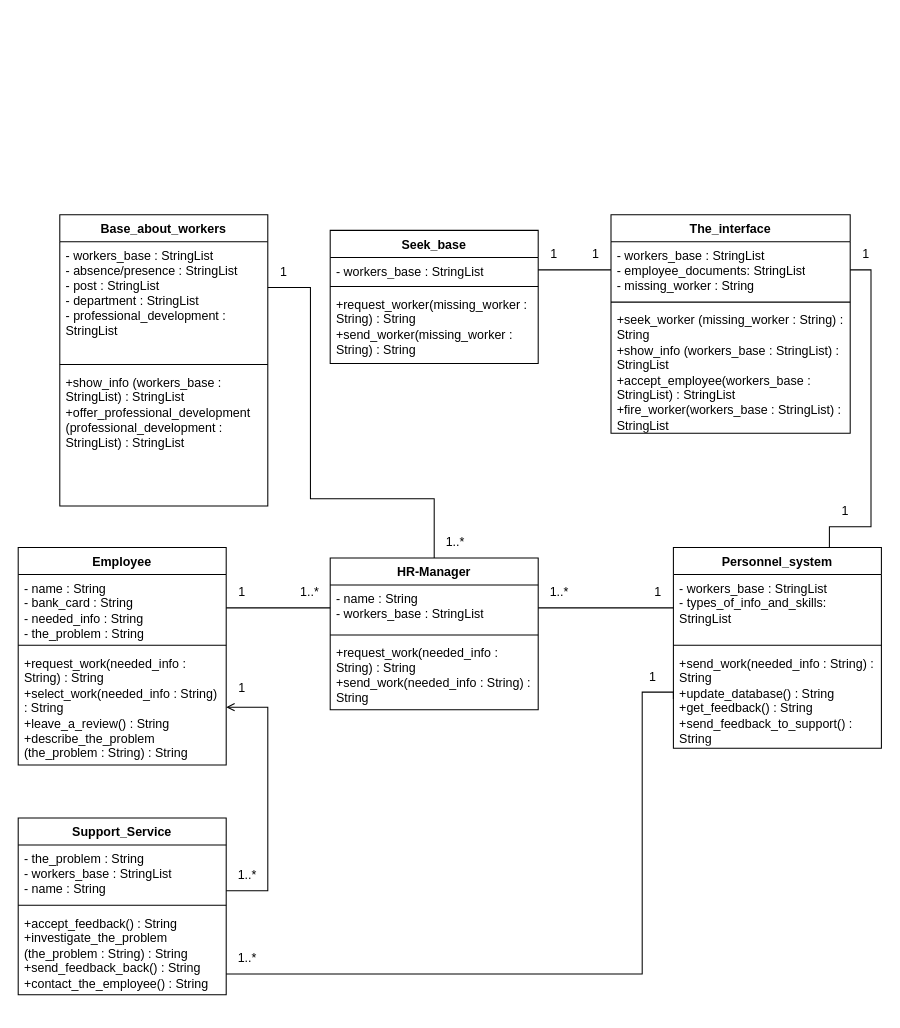
Earlier version of the draw.io diagram page "Needed 6 and 7" (7 of 12) of 1.drawio (Helpmepleaseitishard/Aikms). Source tidied: cells renumbered, new cells numbered last; positions are measured from the earlier drawing's top-left corner, leaving out a move shared by most shapes. Both pictures are drawn from the tidied source at 104%, with x=0, y=0 at pixel (18, 214).
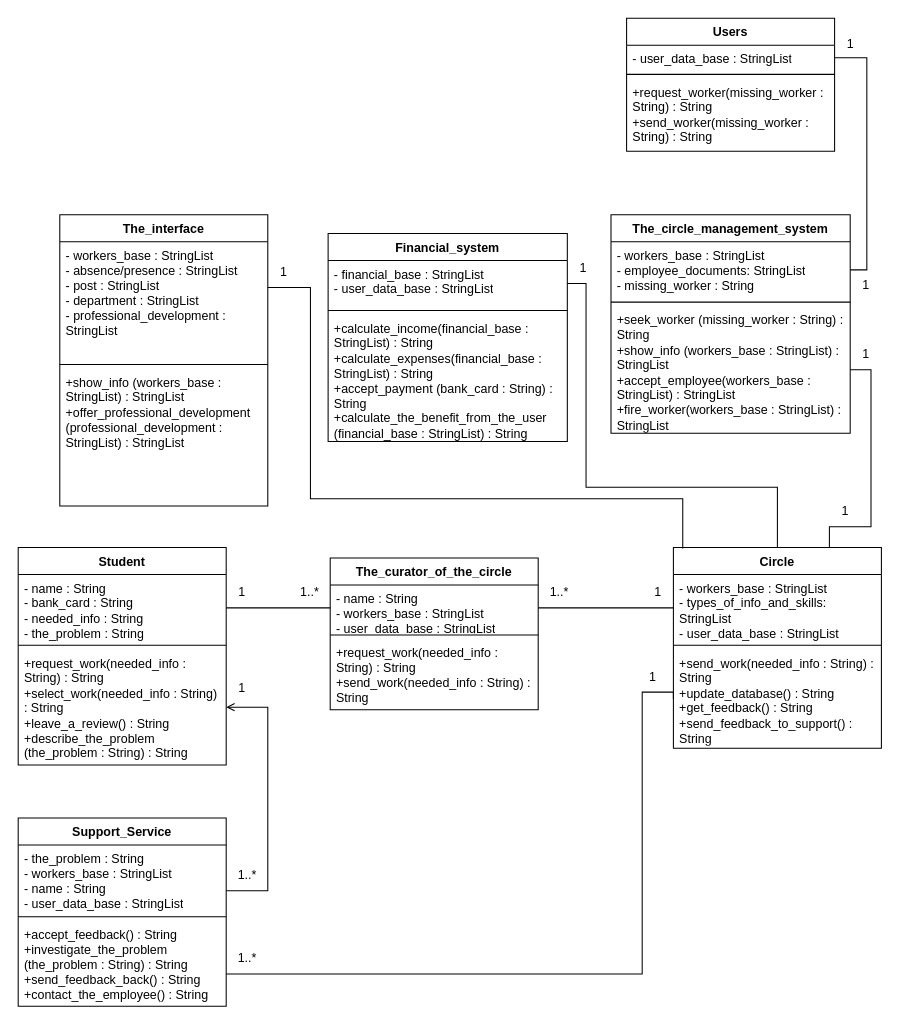
Above is the later version.

Unchanged cells that the change refers to:
```xml
<mxCell id="31" value="&lt;div&gt;&lt;div&gt;&lt;div&gt;&lt;div&gt;&lt;div&gt;&lt;div&gt;&lt;div&gt;- workers_base : StringList&lt;/div&gt;&lt;/div&gt;&lt;/div&gt;&lt;/div&gt;&lt;/div&gt;&lt;/div&gt;&lt;/div&gt;&lt;div&gt;- employee_documents: StringList&lt;/div&gt;&lt;div&gt;- missing_worker : String&lt;br&gt;&lt;/div&gt;" style="text;strokeColor=none;fillColor=none;align=left;verticalAlign=top;spacingLeft=4;spacingRight=4;overflow=hidden;points=[[0,0.5],[1,0.5]];portConstraint=eastwest;whiteSpace=wrap;html=1;" parent="30" vertex="1">
  <mxGeometry y="26" width="230" height="54" as="geometry" />
</mxCell>
<mxCell id="33" value="&lt;div&gt;+seek_worker (missing_worker : String) : String&lt;/div&gt;&lt;div&gt;+show_info (workers_base : StringList) : StringList&lt;/div&gt;&lt;div&gt;+accept_employee(workers_base : StringList) : StringList&lt;/div&gt;&lt;div&gt;+fire_worker(workers_base : StringList) : StringList&lt;/div&gt;" style="text;strokeColor=none;fillColor=none;align=left;verticalAlign=top;spacingLeft=4;spacingRight=4;overflow=hidden;points=[[0,0.5],[1,0.5]];portConstraint=eastwest;whiteSpace=wrap;html=1;" parent="30" vertex="1">
  <mxGeometry y="88" width="230" height="122" as="geometry" />
</mxCell>
```

Change to the diagram source:
```diff
@@
-    <mxCell id="2" value="Personnel_system" style="swimlane;fontStyle=1;align=center;verticalAlign=top;horizontal=1;startSize=26;whiteSpace=wrap;html=1;" parent="1" vertex="1">
+    <mxCell id="2" value="Circle" style="swimlane;fontStyle=1;align=center;verticalAlign=top;horizontal=1;startSize=26;whiteSpace=wrap;html=1;" parent="1" vertex="1">
       <mxGeometry x="630" y="320" width="200" height="193" as="geometry" />
     </mxCell>
-    <mxCell id="3" value="&lt;div&gt;&lt;div&gt;&lt;div&gt;- workers_base : StringList&lt;/div&gt;&lt;/div&gt;&lt;/div&gt;&lt;div&gt;&lt;div&gt;&lt;div&gt;- types_of_info_and_skills: StringList&lt;/div&gt;&lt;/div&gt;&lt;/div&gt;" style="text;strokeColor=none;fillColor=none;align=left;verticalAlign=top;spacingLeft=4;spacingRight=4;overflow=hidden;points=[[0,0.5],[1,0.5]];portConstraint=eastwest;whiteSpace=wrap;html=1;" parent="2" vertex="1">
+    <mxCell id="3" value="&lt;div&gt;&lt;div&gt;&lt;div&gt;- workers_base : StringList&lt;/div&gt;&lt;/div&gt;&lt;/div&gt;&lt;div&gt;&lt;div&gt;&lt;div&gt;- types_of_info_and_skills: StringList&lt;/div&gt;&lt;div&gt;&lt;div&gt;&lt;div&gt;&lt;div&gt;&lt;div&gt;&lt;div&gt;- user_data_base : StringList&lt;/div&gt;&lt;/div&gt;&lt;/div&gt;&lt;/div&gt;&lt;/div&gt;&lt;/div&gt;&lt;/div&gt;&lt;/div&gt;" style="text;strokeColor=none;fillColor=none;align=left;verticalAlign=top;spacingLeft=4;spacingRight=4;overflow=hidden;points=[[0,0.5],[1,0.5]];portConstraint=eastwest;whiteSpace=wrap;html=1;" parent="2" vertex="1">
       <mxGeometry y="26" width="200" height="64" as="geometry" />
     </mxCell>
@@
-    <mxCell id="6" value="HR-Manager" style="swimlane;fontStyle=1;align=center;verticalAlign=top;horizontal=1;startSize=26;whiteSpace=wrap;html=1;" parent="1" vertex="1">
+    <mxCell id="6" value="The_curator_of_the_circle" style="swimlane;fontStyle=1;align=center;verticalAlign=top;horizontal=1;startSize=26;whiteSpace=wrap;html=1;" parent="1" vertex="1">
       <mxGeometry x="300" y="330" width="200" height="146" as="geometry" />
     </mxCell>
-    <mxCell id="7" value="&lt;div&gt;- name : String&lt;/div&gt;&lt;div&gt;&lt;div&gt;&lt;div&gt;&lt;div&gt;&lt;div&gt;&lt;div&gt;&lt;div&gt;- workers_base : StringList&lt;/div&gt;&lt;/div&gt;&lt;/div&gt;&lt;/div&gt;&lt;/div&gt;&lt;/div&gt;&lt;/div&gt;" style="text;strokeColor=none;fillColor=none;align=left;verticalAlign=top;spacingLeft=4;spacingRight=4;overflow=hidden;points=[[0,0.5],[1,0.5]];portConstraint=eastwest;whiteSpace=wrap;html=1;" parent="6" vertex="1">
+    <mxCell id="7" value="&lt;div&gt;- name : String&lt;/div&gt;&lt;div&gt;&lt;div&gt;&lt;div&gt;&lt;div&gt;&lt;div&gt;&lt;div&gt;&lt;div&gt;- workers_base : StringList&lt;/div&gt;&lt;div&gt;&lt;div&gt;&lt;div&gt;&lt;div&gt;&lt;div&gt;&lt;div&gt;- user_data_base : StringList&lt;/div&gt;&lt;/div&gt;&lt;/div&gt;&lt;/div&gt;&lt;/div&gt;&lt;/div&gt;&lt;/div&gt;&lt;/div&gt;&lt;/div&gt;&lt;/div&gt;&lt;/div&gt;&lt;/div&gt;" style="text;strokeColor=none;fillColor=none;align=left;verticalAlign=top;spacingLeft=4;spacingRight=4;overflow=hidden;points=[[0,0.5],[1,0.5]];portConstraint=eastwest;whiteSpace=wrap;html=1;" parent="6" vertex="1">
       <mxGeometry y="26" width="200" height="44" as="geometry" />
     </mxCell>
@@
-    <mxCell id="10" value="Employee" style="swimlane;fontStyle=1;align=center;verticalAlign=top;horizontal=1;startSize=26;whiteSpace=wrap;html=1;" parent="1" vertex="1">
+    <mxCell id="10" value="Student" style="swimlane;fontStyle=1;align=center;verticalAlign=top;horizontal=1;startSize=26;whiteSpace=wrap;html=1;" parent="1" vertex="1">
       <mxGeometry y="320" width="200" height="209" as="geometry" />
     </mxCell>
@@
     <mxCell id="15" value="Support_Service" style="swimlane;fontStyle=1;align=center;verticalAlign=top;horizontal=1;startSize=26;whiteSpace=wrap;html=1;" parent="1" vertex="1">
-      <mxGeometry y="580" width="200" height="170" as="geometry" />
+      <mxGeometry y="580" width="200" height="181" as="geometry" />
     </mxCell>
-    <mxCell id="16" value="&lt;div&gt;- the_problem : String&lt;/div&gt;&lt;div&gt;&lt;div&gt;&lt;div&gt;&lt;div&gt;&lt;div&gt;- workers_base : StringList&lt;/div&gt;&lt;/div&gt;&lt;div&gt;&lt;div&gt;- name : String&lt;/div&gt;&lt;/div&gt;&lt;/div&gt;&lt;/div&gt;&lt;/div&gt;" style="text;strokeColor=none;fillColor=none;align=left;verticalAlign=top;spacingLeft=4;spacingRight=4;overflow=hidden;whiteSpace=wrap;html=1;" parent="15" vertex="1">
-      <mxGeometry y="26" width="200" height="54" as="geometry" />
+    <mxCell id="16" value="&lt;div&gt;- the_problem : String&lt;/div&gt;&lt;div&gt;&lt;div&gt;&lt;div&gt;&lt;div&gt;&lt;div&gt;- workers_base : StringList&lt;/div&gt;&lt;/div&gt;&lt;div&gt;&lt;div&gt;- name : String&lt;/div&gt;&lt;div&gt;&lt;div&gt;&lt;div&gt;&lt;div&gt;&lt;div&gt;&lt;div&gt;- user_data_base : StringList&lt;/div&gt;&lt;/div&gt;&lt;/div&gt;&lt;/div&gt;&lt;/div&gt;&lt;/div&gt;&lt;/div&gt;&lt;/div&gt;&lt;/div&gt;&lt;/div&gt;" style="text;strokeColor=none;fillColor=none;align=left;verticalAlign=top;spacingLeft=4;spacingRight=4;overflow=hidden;whiteSpace=wrap;html=1;" parent="15" vertex="1">
+      <mxGeometry y="26" width="200" height="65" as="geometry" />
     </mxCell>
     <mxCell id="17" style="line;strokeWidth=1;fillColor=none;align=left;verticalAlign=middle;spacingTop=-1;spacingLeft=3;spacingRight=3;labelPosition=right;strokeColor=inherit;" parent="15" vertex="1">
-      <mxGeometry y="80" width="200" height="8" as="geometry" />
+      <mxGeometry y="91" width="200" height="8" as="geometry" />
     </mxCell>
     <mxCell id="18" value="+accept_feedback() : String&lt;br&gt;+investigate_the_problem (the_problem : String) : String&lt;br&gt;+send_feedback_back() : String&lt;br&gt;+contact_the_employee() : String" style="text;strokeColor=none;fillColor=none;align=left;verticalAlign=top;spacingLeft=4;spacingRight=4;overflow=hidden;whiteSpace=wrap;html=1;" parent="15" vertex="1">
-      <mxGeometry y="88" width="200" height="82" as="geometry" />
+      <mxGeometry y="99" width="200" height="82" as="geometry" />
     </mxCell>
@@
-    <mxCell id="30" value="The_interface" style="swimlane;fontStyle=1;align=center;verticalAlign=top;horizontal=1;startSize=26;whiteSpace=wrap;html=1;" parent="1" vertex="1">
+    <mxCell id="30" value="The_circle_management_system" style="swimlane;fontStyle=1;align=center;verticalAlign=top;horizontal=1;startSize=26;whiteSpace=wrap;html=1;" parent="1" vertex="1">
       <mxGeometry x="570" width="230" height="210" as="geometry" />
     </mxCell>
@@
-    <mxCell id="34" style="edgeStyle=none;curved=0;rounded=0;jettySize=auto;html=1;exitX=1;exitY=0.5;exitDx=0;exitDy=0;fontSize=12;startSize=8;endSize=8;endArrow=none;startFill=0;entryX=0;entryY=0.5;entryDx=0;entryDy=0;" parent="1" edge="1" source="37" target="31">
-      <mxGeometry relative="1" as="geometry" />
+    <mxCell id="34" style="edgeStyle=none;curved=0;rounded=0;jettySize=auto;html=1;exitX=1;exitY=0.5;exitDx=0;exitDy=0;fontSize=12;startSize=8;endSize=8;endArrow=none;startFill=0;entryX=1;entryY=0.5;entryDx=0;entryDy=0;" parent="1" edge="1" source="37" target="31">
+      <mxGeometry relative="1" as="geometry">
+        <Array as="points">
+          <mxPoint x="816" y="-151" />
+          <mxPoint x="816" y="-28" />
+          <mxPoint x="816" y="53" />
+        </Array>
+      </mxGeometry>
     </mxCell>
-    <mxCell id="35" style="edgeStyle=none;curved=0;rounded=0;jettySize=auto;html=1;entryX=1;entryY=0.25;entryDx=0;entryDy=0;fontSize=12;startSize=8;endSize=8;endArrow=none;startFill=0;exitX=0.5;exitY=0;exitDx=0;exitDy=0;" parent="1" edge="1" source="6" target="41">
+    <mxCell id="35" style="edgeStyle=none;curved=0;rounded=0;jettySize=auto;html=1;entryX=1;entryY=0.25;entryDx=0;entryDy=0;fontSize=12;startSize=8;endSize=8;endArrow=none;startFill=0;exitX=0.045;exitY=0.005;exitDx=0;exitDy=0;exitPerimeter=0;" parent="1" edge="1" source="2" target="41">
       <mxGeometry relative="1" as="geometry">
         <Array as="points">
+          <mxPoint x="639" y="273" />
           <mxPoint x="400" y="273" />
           <mxPoint x="281" y="273" />
           <mxPoint x="281" y="70" />
         </Array>
       </mxGeometry>
     </mxCell>
-    <mxCell id="36" value="Seek_base" style="swimlane;fontStyle=1;align=center;verticalAlign=top;horizontal=1;startSize=26;whiteSpace=wrap;html=1;" parent="1" vertex="1">
-      <mxGeometry x="300" y="15" width="200" height="128" as="geometry" />
+    <mxCell id="36" value="Users" style="swimlane;fontStyle=1;align=center;verticalAlign=top;horizontal=1;startSize=26;whiteSpace=wrap;html=1;" parent="1" vertex="1">
+      <mxGeometry x="585" y="-189" width="200" height="128" as="geometry" />
     </mxCell>
-    <mxCell id="37" value="&lt;div&gt;&lt;div&gt;- workers_base : StringList&lt;/div&gt;&lt;/div&gt;" style="text;strokeColor=none;fillColor=none;align=left;verticalAlign=top;spacingLeft=4;spacingRight=4;overflow=hidden;points=[[0,0.5],[1,0.5]];portConstraint=eastwest;whiteSpace=wrap;html=1;" parent="36" vertex="1">
+    <mxCell id="37" value="&lt;div&gt;&lt;div&gt;&lt;div&gt;&lt;div&gt;&lt;div&gt;- user_data_base : StringList&lt;/div&gt;&lt;/div&gt;&lt;/div&gt;&lt;/div&gt;&lt;/div&gt;" style="text;strokeColor=none;fillColor=none;align=left;verticalAlign=top;spacingLeft=4;spacingRight=4;overflow=hidden;points=[[0,0.5],[1,0.5]];portConstraint=eastwest;whiteSpace=wrap;html=1;" parent="36" vertex="1">
       <mxGeometry y="26" width="200" height="24" as="geometry" />
     </mxCell>
@@
-    <mxCell id="40" style="edgeStyle=none;curved=0;rounded=0;jettySize=auto;html=1;exitX=1;exitY=0.5;exitDx=0;exitDy=0;entryX=0.75;entryY=0;entryDx=0;entryDy=0;fontSize=12;startSize=8;endSize=8;endArrow=none;startFill=0;" parent="1" edge="1" source="31" target="2">
+    <mxCell id="40" style="edgeStyle=none;curved=0;rounded=0;jettySize=auto;html=1;exitX=1;exitY=0.5;exitDx=0;exitDy=0;entryX=0.75;entryY=0;entryDx=0;entryDy=0;fontSize=12;startSize=8;endSize=8;endArrow=none;startFill=0;" parent="1" edge="1" source="33" target="2">
       <mxGeometry relative="1" as="geometry">
         <Array as="points">
-          <mxPoint x="820" y="53" />
+          <mxPoint x="820" y="149" />
           <mxPoint x="820" y="300" />
           <mxPoint x="780" y="300" />
         </Array>
       </mxGeometry>
     </mxCell>
-    <mxCell id="41" value="Base_about_workers" style="swimlane;fontStyle=1;align=center;verticalAlign=top;horizontal=1;startSize=26;whiteSpace=wrap;html=1;" parent="1" vertex="1">
+    <mxCell id="41" value="The_interface" style="swimlane;fontStyle=1;align=center;verticalAlign=top;horizontal=1;startSize=26;whiteSpace=wrap;html=1;" parent="1" vertex="1">
       <mxGeometry x="40" width="200" height="280" as="geometry" />
     </mxCell>
@@
     <mxCell id="46" value="1" style="text;html=1;align=center;verticalAlign=middle;strokeColor=none;fillColor=none;" parent="1" vertex="1">
-      <mxGeometry x="800" y="23" width="30" height="30" as="geometry" />
+      <mxGeometry x="800" y="119" width="30" height="30" as="geometry" />
     </mxCell>
@@
     <mxCell id="48" value="1" style="text;html=1;align=center;verticalAlign=middle;strokeColor=none;fillColor=none;" parent="1" vertex="1">
-      <mxGeometry x="540" y="23" width="30" height="30" as="geometry" />
+      <mxGeometry x="800" y="53" width="30" height="30" as="geometry" />
     </mxCell>
     <mxCell id="49" value="1" style="text;html=1;align=center;verticalAlign=middle;strokeColor=none;fillColor=none;" parent="1" vertex="1">
-      <mxGeometry x="500" y="23" width="30" height="30" as="geometry" />
+      <mxGeometry x="785" y="-179" width="30" height="30" as="geometry" />
     </mxCell>
-    <mxCell id="50" value="1..*" style="text;html=1;align=center;verticalAlign=middle;strokeColor=none;fillColor=none;" parent="1" vertex="1">
-      <mxGeometry x="400" y="300" width="40" height="30" as="geometry" />
-    </mxCell>
+    <mxCell id="51" value="Financial_system" style="swimlane;fontStyle=1;align=center;verticalAlign=top;horizontal=1;startSize=26;whiteSpace=wrap;html=1;" parent="1" vertex="1">
+      <mxGeometry x="298" y="18" width="230" height="200" as="geometry" />
+    </mxCell>
+    <mxCell id="52" value="&lt;div&gt;- financial_base : StringList&lt;/div&gt;&lt;div&gt;&lt;div&gt;&lt;div&gt;&lt;div&gt;&lt;div&gt;- user_data_base : StringList&lt;/div&gt;&lt;/div&gt;&lt;/div&gt;&lt;/div&gt;&lt;/div&gt;" style="text;strokeColor=none;fillColor=none;align=left;verticalAlign=top;spacingLeft=4;spacingRight=4;overflow=hidden;points=[[0,0.5],[1,0.5]];portConstraint=eastwest;whiteSpace=wrap;html=1;" parent="51" vertex="1">
+      <mxGeometry y="26" width="230" height="44" as="geometry" />
+    </mxCell>
+    <mxCell id="53" style="line;strokeWidth=1;fillColor=none;align=left;verticalAlign=middle;spacingTop=-1;spacingLeft=3;spacingRight=3;labelPosition=right;strokeColor=inherit;" parent="51" vertex="1">
+      <mxGeometry y="70" width="230" height="8" as="geometry" />
+    </mxCell>
+    <mxCell id="54" value="&lt;div&gt;+calculate_income(financial_base : StringList) : String&lt;/div&gt;&lt;div&gt;+calculate_expenses(financial_base : StringList) : String&lt;/div&gt;&lt;div&gt;+accept_payment (bank_card : String) : String&lt;/div&gt;&lt;div&gt;+calculate_the_benefit_from_the_user (financial_base : StringList) : String&lt;/div&gt;" style="text;strokeColor=none;fillColor=none;align=left;verticalAlign=top;spacingLeft=4;spacingRight=4;overflow=hidden;whiteSpace=wrap;html=1;" parent="51" vertex="1">
+      <mxGeometry y="78" width="230" height="122" as="geometry" />
+    </mxCell>
+    <mxCell id="55" style="edgeStyle=none;curved=0;rounded=0;jettySize=auto;html=1;exitX=1;exitY=0.5;exitDx=0;exitDy=0;entryX=0.5;entryY=0;entryDx=0;entryDy=0;fontSize=12;startSize=8;endSize=8;endArrow=none;startFill=0;" parent="1" edge="1" source="52" target="2">
+      <mxGeometry relative="1" as="geometry">
+        <Array as="points">
+          <mxPoint x="546" y="66" />
+          <mxPoint x="546" y="262" />
+          <mxPoint x="730" y="262" />
+        </Array>
+      </mxGeometry>
+    </mxCell>
+    <mxCell id="56" value="1" style="text;html=1;align=center;verticalAlign=middle;strokeColor=none;fillColor=none;" parent="1" vertex="1">
+      <mxGeometry x="528" y="37" width="30" height="30" as="geometry" />
+    </mxCell>
```
